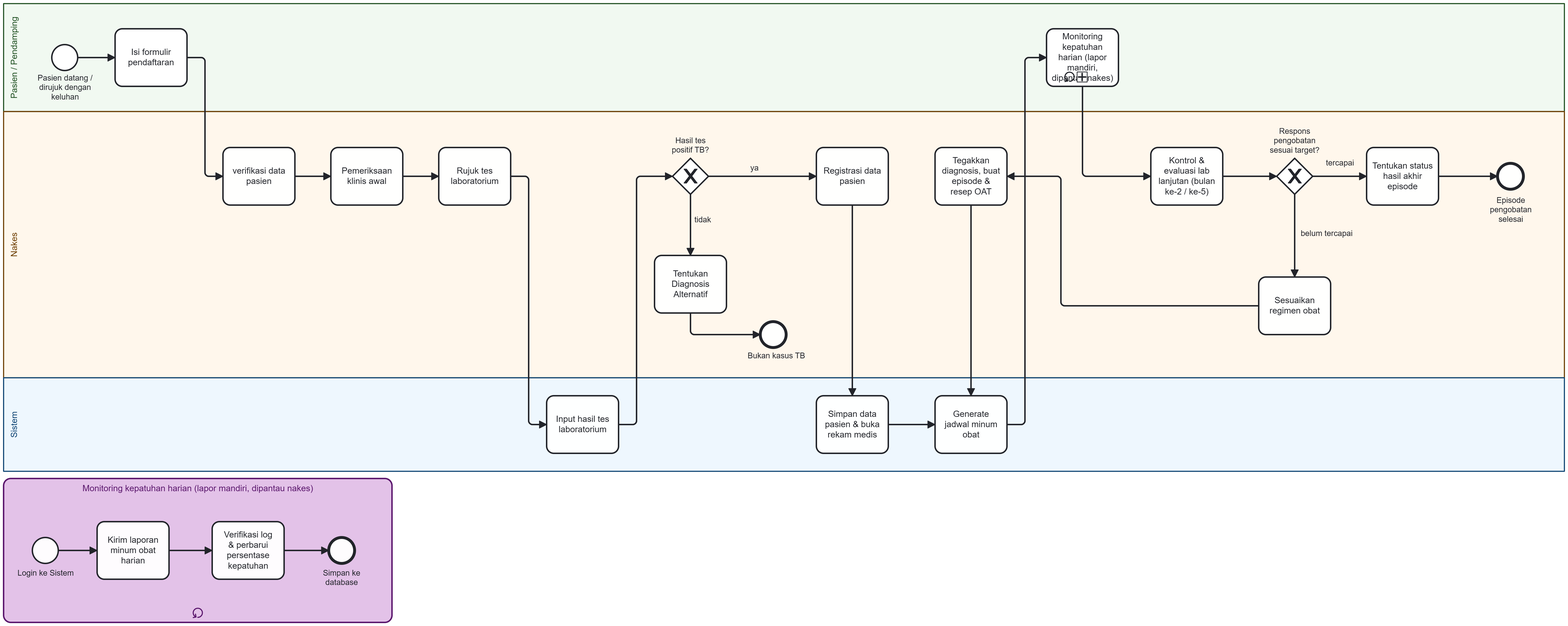
The BPMN diagram docs/proses_bisnis_tb.png in novandrawichdafarun/sistem-informasi-tuberkulosis, before a commit. Its source is kept beside it as docs/proses_bisnis_tb.bpmn. Ids are renumbered.
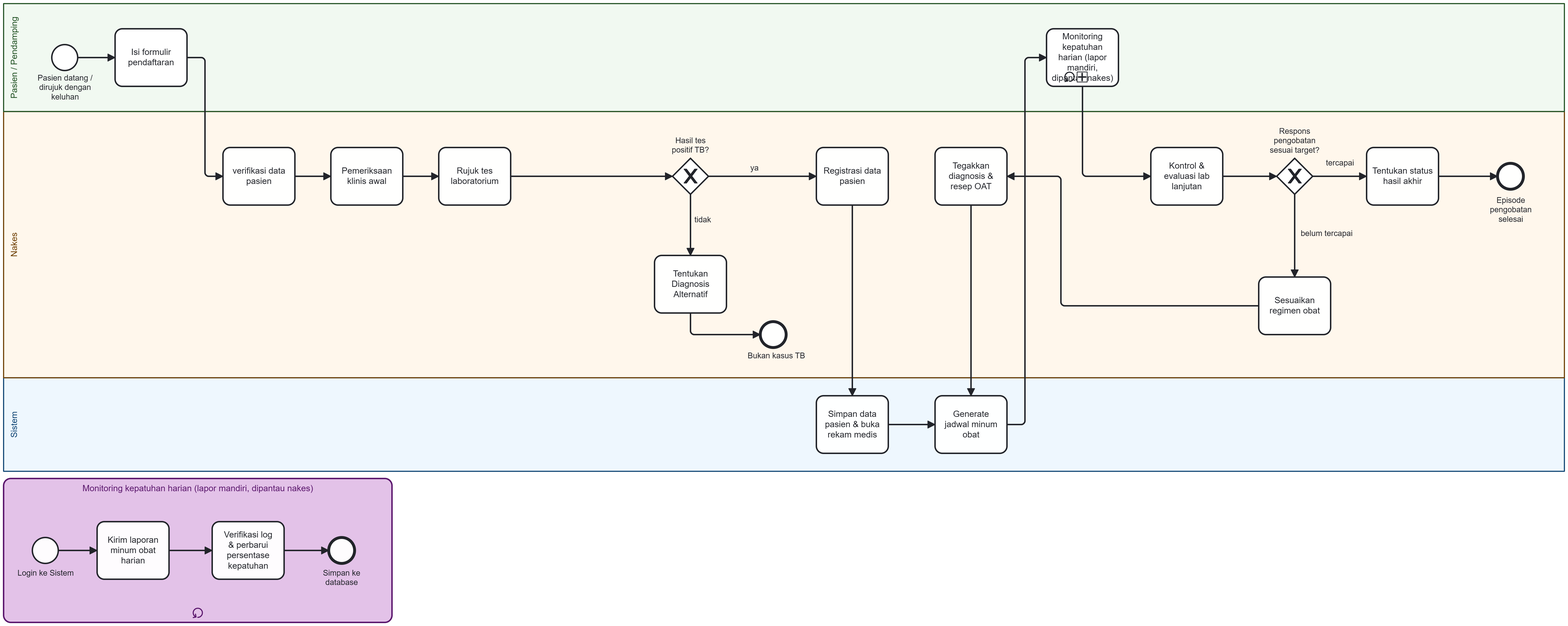
Later version of the same file.

Change to the diagram source:
```diff
@@ -1,2 +1,2 @@
-<bpmn:definitions xmlns:bpmn="http://www.omg.org/spec/BPMN/20100524/MODEL" xmlns:bpmndi="http://www.omg.org/spec/BPMN/20100524/DI" xmlns:dc="http://www.omg.org/spec/DD/20100524/DC" xmlns:di="http://www.omg.org/spec/DD/20100524/DI" xmlns:modeler="http://camunda.org/schema/modeler/1.0" xmlns:bioc="http://bpmn.io/schema/bpmn/biocolor/1.0" xmlns:color="http://www.omg.org/spec/BPMN/non-normative/color/1.0" id="Definitions_TB" targetNamespace="http://bpmn.io/schema/bpmn" exporter="Camunda Web Modeler" exporterVersion="3820f06" modeler:executionPlatform="Camunda Cloud" modeler:executionPlatformVersion="8.9.0">
+<bpmn:definitions xmlns:bpmn="http://www.omg.org/spec/BPMN/20100524/MODEL" xmlns:bpmndi="http://www.omg.org/spec/BPMN/20100524/DI" xmlns:dc="http://www.omg.org/spec/DD/20100524/DC" xmlns:di="http://www.omg.org/spec/DD/20100524/DI" xmlns:modeler="http://camunda.org/schema/modeler/1.0" xmlns:bioc="http://bpmn.io/schema/bpmn/biocolor/1.0" xmlns:color="http://www.omg.org/spec/BPMN/non-normative/color/1.0" id="Definitions_TB" targetNamespace="http://bpmn.io/schema/bpmn" exporter="Camunda Web Modeler" exporterVersion="f51c130" modeler:executionPlatform="Camunda Cloud" modeler:executionPlatformVersion="8.9.0">
   <bpmn:process id="Process_TB" name="Proses Bisnis Penanganan Pasien TB" isExecutable="false">
@@ -26,3 +26,2 @@
         <bpmn:flowNodeRef>Task_GenerateJadwal</bpmn:flowNodeRef>
-        <bpmn:flowNodeRef>Task_SimpanHasilTes</bpmn:flowNodeRef>
       </bpmn:lane>
@@ -42,3 +41,3 @@
     </bpmn:task>
-    <bpmn:task id="Task_HasilAkhir" name="Tentukan status hasil akhir episode">
+    <bpmn:task id="Task_HasilAkhir" name="Tentukan status hasil akhir">
       <bpmn:incoming>Flow_15</bpmn:incoming>
@@ -58,3 +57,3 @@
     <bpmn:sequenceFlow id="Flow_13" name="belum tercapai" sourceRef="Gateway_ResponsTarget" targetRef="Task_SesuaikanRegimen" />
-    <bpmn:task id="Task_KontrolLanjutan" name="Kontrol &#38; evaluasi lab lanjutan (bulan ke-2 / ke-5)">
+    <bpmn:task id="Task_KontrolLanjutan" name="Kontrol &#38; evaluasi lab lanjutan">
       <bpmn:incoming>Flow_11</bpmn:incoming>
@@ -72,3 +71,3 @@
     <bpmn:sequenceFlow id="Flow_n5" sourceRef="Activity_n3" targetRef="Task_GenerateJadwal" />
-    <bpmn:task id="Task_Diagnosis" name="Tegakkan diagnosis, buat episode &#38; resep OAT">
+    <bpmn:task id="Task_Diagnosis" name="Tegakkan diagnosis &#38; resep OAT">
       <bpmn:incoming>Flow_14</bpmn:incoming>
@@ -82,3 +81,3 @@
     <bpmn:exclusiveGateway id="Gateway_HasilTB" name="Hasil tes positif TB?">
-      <bpmn:incoming>Flow_6</bpmn:incoming>
+      <bpmn:incoming>Flow_5</bpmn:incoming>
       <bpmn:outgoing>Flow_8</bpmn:outgoing>
@@ -88,7 +87,2 @@
     <bpmn:sequenceFlow id="Flow_7" name="tidak" sourceRef="Gateway_HasilTB" targetRef="Activity_n1" />
-    <bpmn:task id="Task_SimpanHasilTes" name="Input hasil tes laboratorium">
-      <bpmn:incoming>Flow_5</bpmn:incoming>
-      <bpmn:outgoing>Flow_6</bpmn:outgoing>
-    </bpmn:task>
-    <bpmn:sequenceFlow id="Flow_6" sourceRef="Task_SimpanHasilTes" targetRef="Gateway_HasilTB" />
     <bpmn:task id="Task_RujukLab" name="Rujuk tes laboratorium">
@@ -97,3 +91,3 @@
     </bpmn:task>
-    <bpmn:sequenceFlow id="Flow_5" sourceRef="Task_RujukLab" targetRef="Task_SimpanHasilTes" />
+    <bpmn:sequenceFlow id="Flow_5" sourceRef="Task_RujukLab" targetRef="Gateway_HasilTB" />
     <bpmn:task id="Task_PemeriksaanKlinis" name="Pemeriksaan klinis awal">
@@ -123,2 +117,3 @@
       <bpmn:outgoing>Flow_11</bpmn:outgoing>
+      <bpmn:standardLoopCharacteristics />
       <bpmn:subProcess id="Activity_n7" name="Monitoring kepatuhan harian (lapor mandiri, dipantau nakes)">
@@ -143,2 +138,22 @@
     </bpmn:subProcess>
+    <bpmn:subProcess id="Activity_n17" name="Monitoring kepatuhan harian (lapor mandiri, dipantau nakes)">
+      <bpmn:standardLoopCharacteristics />
+      <bpmn:startEvent id="Event_n18" name="Login ke Sistem">
+        <bpmn:outgoing>Flow_n19</bpmn:outgoing>
+      </bpmn:startEvent>
+      <bpmn:task id="Activity_n20" name="Kirim laporan minum obat harian">
+        <bpmn:incoming>Flow_n19</bpmn:incoming>
+        <bpmn:outgoing>Flow_n21</bpmn:outgoing>
+      </bpmn:task>
+      <bpmn:task id="Activity_n22" name="Verifikasi log &#38; perbarui persentase kepatuhan">
+        <bpmn:incoming>Flow_n21</bpmn:incoming>
+        <bpmn:outgoing>Flow_n23</bpmn:outgoing>
+      </bpmn:task>
+      <bpmn:endEvent id="Event_n24" name="Simpan ke database">
+        <bpmn:incoming>Flow_n23</bpmn:incoming>
+      </bpmn:endEvent>
+      <bpmn:sequenceFlow id="Flow_n19" sourceRef="Event_n18" targetRef="Activity_n20" />
+      <bpmn:sequenceFlow id="Flow_n21" sourceRef="Activity_n20" targetRef="Activity_n22" />
+      <bpmn:sequenceFlow id="Flow_n23" sourceRef="Activity_n22" targetRef="Event_n24" />
+    </bpmn:subProcess>
   </bpmn:process>
@@ -146,4 +161,4 @@
     <bpmndi:BPMNPlane id="BPMNPlane_1" bpmnElement="Process_TB">
-      <bpmndi:BPMNShape id="Lane_Pasien_di" bpmnElement="Lane_Pasien" isHorizontal="true" bioc:stroke="#205022" bioc:fill="#c8e6c9" color:background-color="#c8e6c9" color:border-color="#205022">
-        <dc:Bounds x="160" y="80" width="2170" height="150" />
+      <bpmndi:BPMNShape id="Lane_Sistem_di" bpmnElement="Lane_Sistem" isHorizontal="true" bioc:stroke="#0d4372" bioc:fill="#bbdefb" color:background-color="#bbdefb" color:border-color="#0d4372">
+        <dc:Bounds x="160" y="600" width="2170" height="130" />
         <bpmndi:BPMNLabel />
@@ -153,5 +168,66 @@
       </bpmndi:BPMNShape>
-      <bpmndi:BPMNShape id="Lane_Sistem_di" bpmnElement="Lane_Sistem" isHorizontal="true" bioc:stroke="#0d4372" bioc:fill="#bbdefb" color:background-color="#bbdefb" color:border-color="#0d4372">
-        <dc:Bounds x="160" y="600" width="2170" height="130" />
+      <bpmndi:BPMNShape id="Lane_Pasien_di" bpmnElement="Lane_Pasien" isHorizontal="true" bioc:stroke="#205022" bioc:fill="#c8e6c9" color:background-color="#c8e6c9" color:border-color="#205022">
+        <dc:Bounds x="160" y="80" width="2170" height="150" />
         <bpmndi:BPMNLabel />
+      </bpmndi:BPMNShape>
+      <bpmndi:BPMNShape id="Activity_n3_di" bpmnElement="Activity_n3">
+        <dc:Bounds x="1290" y="625" width="100" height="80" />
+        <bpmndi:BPMNLabel />
+      </bpmndi:BPMNShape>
+      <bpmndi:BPMNShape id="Activity_n2_di" bpmnElement="Activity_n2">
+        <dc:Bounds x="1290" y="280" width="100" height="80" />
+        <bpmndi:BPMNLabel />
+      </bpmndi:BPMNShape>
+      <bpmndi:BPMNShape id="Activity_n1_di" bpmnElement="Activity_n1">
+        <dc:Bounds x="1065" y="430" width="100" height="80" />
+        <bpmndi:BPMNLabel />
+      </bpmndi:BPMNShape>
+      <bpmndi:BPMNShape id="Task_HasilAkhir_di" bpmnElement="Task_HasilAkhir">
+        <dc:Bounds x="2055" y="280" width="100" height="80" />
+        <bpmndi:BPMNLabel />
+      </bpmndi:BPMNShape>
+      <bpmndi:BPMNShape id="Task_SesuaikanRegimen_di" bpmnElement="Task_SesuaikanRegimen">
+        <dc:Bounds x="1905" y="460" width="100" height="80" />
+      </bpmndi:BPMNShape>
+      <bpmndi:BPMNShape id="Gateway_ResponsTarget_di" bpmnElement="Gateway_ResponsTarget" isMarkerVisible="true">
+        <dc:Bounds x="1930" y="295" width="50" height="50" />
+        <bpmndi:BPMNLabel>
+          <dc:Bounds x="1920" y="251" width="70" height="40" />
+        </bpmndi:BPMNLabel>
+      </bpmndi:BPMNShape>
+      <bpmndi:BPMNShape id="Task_KontrolLanjutan_di" bpmnElement="Task_KontrolLanjutan">
+        <dc:Bounds x="1755" y="280" width="100" height="80" />
+        <bpmndi:BPMNLabel />
+      </bpmndi:BPMNShape>
+      <bpmndi:BPMNShape id="Task_GenerateJadwal_di" bpmnElement="Task_GenerateJadwal">
+        <dc:Bounds x="1455" y="625" width="100" height="80" />
+      </bpmndi:BPMNShape>
+      <bpmndi:BPMNShape id="Task_Diagnosis_di" bpmnElement="Task_Diagnosis">
+        <dc:Bounds x="1455" y="280" width="100" height="80" />
+        <bpmndi:BPMNLabel />
+      </bpmndi:BPMNShape>
+      <bpmndi:BPMNShape id="EndEvent_BukanTB_di" bpmnElement="EndEvent_BukanTB">
+        <dc:Bounds x="1212" y="522" width="36" height="36" />
+        <bpmndi:BPMNLabel>
+          <dc:Bounds x="1194" y="563" width="81" height="14" />
+        </bpmndi:BPMNLabel>
+      </bpmndi:BPMNShape>
+      <bpmndi:BPMNShape id="Gateway_HasilTB_di" bpmnElement="Gateway_HasilTB" isMarkerVisible="true">
+        <dc:Bounds x="1090" y="295" width="50" height="50" />
+        <bpmndi:BPMNLabel>
+          <dc:Bounds x="1078" y="264" width="74" height="27" />
+        </bpmndi:BPMNLabel>
+      </bpmndi:BPMNShape>
+      <bpmndi:BPMNShape id="Task_RujukLab_di" bpmnElement="Task_RujukLab">
+        <dc:Bounds x="765" y="280" width="100" height="80" />
+      </bpmndi:BPMNShape>
+      <bpmndi:BPMNShape id="Task_PemeriksaanKlinis_di" bpmnElement="Task_PemeriksaanKlinis">
+        <dc:Bounds x="615" y="280" width="100" height="80" />
+      </bpmndi:BPMNShape>
+      <bpmndi:BPMNShape id="Task_Registrasi_di" bpmnElement="Task_Registrasi">
+        <dc:Bounds x="465" y="280" width="100" height="80" />
+        <bpmndi:BPMNLabel />
+      </bpmndi:BPMNShape>
+      <bpmndi:BPMNShape id="Task_Daftar_di" bpmnElement="Task_Daftar">
+        <dc:Bounds x="315" y="115" width="100" height="80" />
       </bpmndi:BPMNShape>
@@ -163,20 +239,2 @@
       </bpmndi:BPMNShape>
-      <bpmndi:BPMNShape id="Task_Diagnosis_di" bpmnElement="Task_Diagnosis">
-        <dc:Bounds x="1455" y="280" width="100" height="80" />
-      </bpmndi:BPMNShape>
-      <bpmndi:BPMNShape id="Task_KontrolLanjutan_di" bpmnElement="Task_KontrolLanjutan">
-        <dc:Bounds x="1755" y="280" width="100" height="80" />
-      </bpmndi:BPMNShape>
-      <bpmndi:BPMNShape id="Gateway_ResponsTarget_di" bpmnElement="Gateway_ResponsTarget" isMarkerVisible="true">
-        <dc:Bounds x="1930" y="295" width="50" height="50" />
-        <bpmndi:BPMNLabel>
-          <dc:Bounds x="1920" y="251" width="70" height="40" />
-        </bpmndi:BPMNLabel>
-      </bpmndi:BPMNShape>
-      <bpmndi:BPMNShape id="Task_SesuaikanRegimen_di" bpmnElement="Task_SesuaikanRegimen">
-        <dc:Bounds x="1905" y="460" width="100" height="80" />
-      </bpmndi:BPMNShape>
-      <bpmndi:BPMNShape id="Task_HasilAkhir_di" bpmnElement="Task_HasilAkhir">
-        <dc:Bounds x="2055" y="280" width="100" height="80" />
-      </bpmndi:BPMNShape>
       <bpmndi:BPMNShape id="EndEvent_Selesai_di" bpmnElement="EndEvent_Selesai">
@@ -187,45 +245,2 @@
       </bpmndi:BPMNShape>
-      <bpmndi:BPMNShape id="Activity_n2_di" bpmnElement="Activity_n2">
-        <dc:Bounds x="1290" y="280" width="100" height="80" />
-        <bpmndi:BPMNLabel />
-      </bpmndi:BPMNShape>
-      <bpmndi:BPMNShape id="Task_Daftar_di" bpmnElement="Task_Daftar">
-        <dc:Bounds x="315" y="115" width="100" height="80" />
-      </bpmndi:BPMNShape>
-      <bpmndi:BPMNShape id="Task_Registrasi_di" bpmnElement="Task_Registrasi">
-        <dc:Bounds x="465" y="280" width="100" height="80" />
-        <bpmndi:BPMNLabel />
-      </bpmndi:BPMNShape>
-      <bpmndi:BPMNShape id="Task_PemeriksaanKlinis_di" bpmnElement="Task_PemeriksaanKlinis">
-        <dc:Bounds x="615" y="280" width="100" height="80" />
-      </bpmndi:BPMNShape>
-      <bpmndi:BPMNShape id="Task_RujukLab_di" bpmnElement="Task_RujukLab">
-        <dc:Bounds x="765" y="280" width="100" height="80" />
-      </bpmndi:BPMNShape>
-      <bpmndi:BPMNShape id="Gateway_HasilTB_di" bpmnElement="Gateway_HasilTB" isMarkerVisible="true">
-        <dc:Bounds x="1090" y="295" width="50" height="50" />
-        <bpmndi:BPMNLabel>
-          <dc:Bounds x="1078" y="264" width="74" height="27" />
-        </bpmndi:BPMNLabel>
-      </bpmndi:BPMNShape>
-      <bpmndi:BPMNShape id="EndEvent_BukanTB_di" bpmnElement="EndEvent_BukanTB">
-        <dc:Bounds x="1212" y="522" width="36" height="36" />
-        <bpmndi:BPMNLabel>
-          <dc:Bounds x="1194" y="563" width="81" height="14" />
-        </bpmndi:BPMNLabel>
-      </bpmndi:BPMNShape>
-      <bpmndi:BPMNShape id="Activity_n1_di" bpmnElement="Activity_n1">
-        <dc:Bounds x="1065" y="430" width="100" height="80" />
-        <bpmndi:BPMNLabel />
-      </bpmndi:BPMNShape>
-      <bpmndi:BPMNShape id="Activity_n3_di" bpmnElement="Activity_n3">
-        <dc:Bounds x="1290" y="625" width="100" height="80" />
-        <bpmndi:BPMNLabel />
-      </bpmndi:BPMNShape>
-      <bpmndi:BPMNShape id="Task_GenerateJadwal_di" bpmnElement="Task_GenerateJadwal">
-        <dc:Bounds x="1455" y="625" width="100" height="80" />
-      </bpmndi:BPMNShape>
-      <bpmndi:BPMNShape id="Task_SimpanHasilTes_di" bpmnElement="Task_SimpanHasilTes">
-        <dc:Bounds x="915" y="625" width="100" height="80" />
-      </bpmndi:BPMNShape>
       <bpmndi:BPMNShape id="Activity_1d66exs_di" bpmnElement="SubProcess_Monitoring">
@@ -234,5 +249,93 @@
       </bpmndi:BPMNShape>
-      <bpmndi:BPMNEdge id="Flow_1_di" bpmnElement="Flow_1">
-        <di:waypoint x="263" y="155" />
-        <di:waypoint x="315" y="155" />
+      <bpmndi:BPMNShape id="BPMNShape_n25" bpmnElement="Activity_n17" isExpanded="true" bioc:stroke="#5b176d" bioc:fill="#e1bee7" color:background-color="#e1bee7" color:border-color="#5b176d">
+        <dc:Bounds x="160" y="740" width="540" height="200" />
+        <bpmndi:BPMNLabel />
+      </bpmndi:BPMNShape>
+      <bpmndi:BPMNShape id="BPMNShape_n26" bpmnElement="Event_n18">
+        <dc:Bounds x="200" y="822" width="36" height="36" />
+        <bpmndi:BPMNLabel>
+          <dc:Bounds x="179" y="865" width="79" height="14" />
+        </bpmndi:BPMNLabel>
+      </bpmndi:BPMNShape>
+      <bpmndi:BPMNShape id="BPMNShape_n27" bpmnElement="Activity_n20">
+        <dc:Bounds x="290" y="800" width="100" height="80" />
+        <bpmndi:BPMNLabel />
+      </bpmndi:BPMNShape>
+      <bpmndi:BPMNShape id="BPMNShape_n28" bpmnElement="Activity_n22">
+        <dc:Bounds x="450" y="800" width="100" height="80" />
+        <bpmndi:BPMNLabel />
+      </bpmndi:BPMNShape>
+      <bpmndi:BPMNShape id="BPMNShape_n29" bpmnElement="Event_n24">
+        <dc:Bounds x="612" y="822" width="36" height="36" />
+        <bpmndi:BPMNLabel>
+          <dc:Bounds x="604" y="865" width="52" height="27" />
+        </bpmndi:BPMNLabel>
+      </bpmndi:BPMNShape>
+      <bpmndi:BPMNEdge id="BPMNEdge_n30" bpmnElement="Flow_n19">
+        <di:waypoint x="236" y="840" />
+        <di:waypoint x="290" y="840" />
+      </bpmndi:BPMNEdge>
+      <bpmndi:BPMNEdge id="BPMNEdge_n31" bpmnElement="Flow_n21">
+        <di:waypoint x="390" y="840" />
+        <di:waypoint x="450" y="840" />
+      </bpmndi:BPMNEdge>
+      <bpmndi:BPMNEdge id="BPMNEdge_n32" bpmnElement="Flow_n23">
+        <di:waypoint x="550" y="840" />
+        <di:waypoint x="612" y="840" />
+      </bpmndi:BPMNEdge>
+      <bpmndi:BPMNEdge id="Flow_n4_di" bpmnElement="Flow_n4">
+        <di:waypoint x="1340" y="360" />
+        <di:waypoint x="1340" y="625" />
+      </bpmndi:BPMNEdge>
+      <bpmndi:BPMNEdge id="Flow_16_di" bpmnElement="Flow_16">
+        <di:waypoint x="2155" y="320" />
+        <di:waypoint x="2237" y="320" />
+      </bpmndi:BPMNEdge>
+      <bpmndi:BPMNEdge id="Flow_15_di" bpmnElement="Flow_15">
+        <di:waypoint x="1980" y="320" />
+        <di:waypoint x="2055" y="320" />
+        <bpmndi:BPMNLabel>
+          <dc:Bounds x="1998" y="295" width="40" height="14" />
+        </bpmndi:BPMNLabel>
+      </bpmndi:BPMNEdge>
+      <bpmndi:BPMNEdge id="Flow_13_di" bpmnElement="Flow_13">
+        <di:waypoint x="1955" y="345" />
+        <di:waypoint x="1955" y="460" />
+        <bpmndi:BPMNLabel>
+          <dc:Bounds x="1963" y="393" width="73" height="14" />
+        </bpmndi:BPMNLabel>
+      </bpmndi:BPMNEdge>
+      <bpmndi:BPMNEdge id="Flow_12_di" bpmnElement="Flow_12">
+        <di:waypoint x="1855" y="320" />
+        <di:waypoint x="1930" y="320" />
+      </bpmndi:BPMNEdge>
+      <bpmndi:BPMNEdge id="Flow_11_di" bpmnElement="Flow_11">
+        <di:waypoint x="1660" y="195" />
+        <di:waypoint x="1660" y="320" />
+        <di:waypoint x="1755" y="320" />
+      </bpmndi:BPMNEdge>
+      <bpmndi:BPMNEdge id="Flow_10_di" bpmnElement="Flow_10">
+        <di:waypoint x="1555" y="665" />
+        <di:waypoint x="1580" y="665" />
+        <di:waypoint x="1580" y="155" />
+        <di:waypoint x="1610" y="155" />
+      </bpmndi:BPMNEdge>
+      <bpmndi:BPMNEdge id="Flow_14_di" bpmnElement="Flow_14">
+        <di:waypoint x="1905" y="500" />
+        <di:waypoint x="1630" y="500" />
+        <di:waypoint x="1630" y="320" />
+        <di:waypoint x="1555" y="320" />
+      </bpmndi:BPMNEdge>
+      <bpmndi:BPMNEdge id="Flow_n5_di" bpmnElement="Flow_n5">
+        <di:waypoint x="1390" y="665" />
+        <di:waypoint x="1455" y="665" />
+      </bpmndi:BPMNEdge>
+      <bpmndi:BPMNEdge id="Flow_9_di" bpmnElement="Flow_9">
+        <di:waypoint x="1505" y="360" />
+        <di:waypoint x="1505" y="625" />
+      </bpmndi:BPMNEdge>
+      <bpmndi:BPMNEdge id="Flow_n6_di" bpmnElement="Flow_n6">
+        <di:waypoint x="1115" y="510" />
+        <di:waypoint x="1115" y="540" />
+        <di:waypoint x="1212" y="540" />
       </bpmndi:BPMNEdge>
@@ -245,44 +348,20 @@
       </bpmndi:BPMNEdge>
-      <bpmndi:BPMNEdge id="Flow_14_di" bpmnElement="Flow_14">
-        <di:waypoint x="1905" y="500" />
-        <di:waypoint x="1630" y="500" />
-        <di:waypoint x="1630" y="320" />
-        <di:waypoint x="1555" y="320" />
-      </bpmndi:BPMNEdge>
-      <bpmndi:BPMNEdge id="Flow_9_di" bpmnElement="Flow_9">
-        <di:waypoint x="1505" y="360" />
-        <di:waypoint x="1505" y="625" />
-      </bpmndi:BPMNEdge>
-      <bpmndi:BPMNEdge id="Flow_10_di" bpmnElement="Flow_10">
-        <di:waypoint x="1555" y="665" />
-        <di:waypoint x="1580" y="665" />
-        <di:waypoint x="1580" y="155" />
-        <di:waypoint x="1610" y="155" />
-      </bpmndi:BPMNEdge>
-      <bpmndi:BPMNEdge id="Flow_11_di" bpmnElement="Flow_11">
-        <di:waypoint x="1660" y="195" />
-        <di:waypoint x="1660" y="320" />
-        <di:waypoint x="1755" y="320" />
-      </bpmndi:BPMNEdge>
-      <bpmndi:BPMNEdge id="Flow_12_di" bpmnElement="Flow_12">
-        <di:waypoint x="1855" y="320" />
-        <di:waypoint x="1930" y="320" />
-      </bpmndi:BPMNEdge>
-      <bpmndi:BPMNEdge id="Flow_13_di" bpmnElement="Flow_13">
-        <di:waypoint x="1955" y="345" />
-        <di:waypoint x="1955" y="460" />
+      <bpmndi:BPMNEdge id="Flow_7_di" bpmnElement="Flow_7">
+        <di:waypoint x="1115" y="345" />
+        <di:waypoint x="1115" y="430" />
         <bpmndi:BPMNLabel>
-          <dc:Bounds x="1963" y="393" width="73" height="14" />
+          <dc:Bounds x="1120" y="374" width="24" height="14" />
         </bpmndi:BPMNLabel>
       </bpmndi:BPMNEdge>
-      <bpmndi:BPMNEdge id="Flow_15_di" bpmnElement="Flow_15">
-        <di:waypoint x="1980" y="320" />
-        <di:waypoint x="2055" y="320" />
-        <bpmndi:BPMNLabel>
-          <dc:Bounds x="1998" y="295" width="40" height="14" />
-        </bpmndi:BPMNLabel>
+      <bpmndi:BPMNEdge id="Flow_5_di" bpmnElement="Flow_5">
+        <di:waypoint x="865" y="320" />
+        <di:waypoint x="1090" y="320" />
       </bpmndi:BPMNEdge>
-      <bpmndi:BPMNEdge id="Flow_16_di" bpmnElement="Flow_16">
-        <di:waypoint x="2155" y="320" />
-        <di:waypoint x="2237" y="320" />
+      <bpmndi:BPMNEdge id="Flow_4_di" bpmnElement="Flow_4">
+        <di:waypoint x="715" y="320" />
+        <di:waypoint x="765" y="320" />
+      </bpmndi:BPMNEdge>
+      <bpmndi:BPMNEdge id="Flow_3_di" bpmnElement="Flow_3">
+        <di:waypoint x="565" y="320" />
+        <di:waypoint x="615" y="320" />
       </bpmndi:BPMNEdge>
@@ -294,41 +373,5 @@
       </bpmndi:BPMNEdge>
-      <bpmndi:BPMNEdge id="Flow_3_di" bpmnElement="Flow_3">
-        <di:waypoint x="565" y="320" />
-        <di:waypoint x="615" y="320" />
-      </bpmndi:BPMNEdge>
-      <bpmndi:BPMNEdge id="Flow_4_di" bpmnElement="Flow_4">
-        <di:waypoint x="715" y="320" />
-        <di:waypoint x="765" y="320" />
-      </bpmndi:BPMNEdge>
-      <bpmndi:BPMNEdge id="Flow_5_di" bpmnElement="Flow_5">
-        <di:waypoint x="865" y="320" />
-        <di:waypoint x="890" y="320" />
-        <di:waypoint x="890" y="665" />
-        <di:waypoint x="915" y="665" />
-      </bpmndi:BPMNEdge>
-      <bpmndi:BPMNEdge id="Flow_6_di" bpmnElement="Flow_6">
-        <di:waypoint x="1015" y="665" />
-        <di:waypoint x="1040" y="665" />
-        <di:waypoint x="1040" y="320" />
-        <di:waypoint x="1090" y="320" />
-      </bpmndi:BPMNEdge>
-      <bpmndi:BPMNEdge id="Flow_7_di" bpmnElement="Flow_7">
-        <di:waypoint x="1115" y="345" />
-        <di:waypoint x="1115" y="430" />
-        <bpmndi:BPMNLabel>
-          <dc:Bounds x="1120" y="374" width="24" height="14" />
-        </bpmndi:BPMNLabel>
-      </bpmndi:BPMNEdge>
-      <bpmndi:BPMNEdge id="Flow_n6_di" bpmnElement="Flow_n6">
-        <di:waypoint x="1115" y="510" />
-        <di:waypoint x="1115" y="540" />
-        <di:waypoint x="1212" y="540" />
-      </bpmndi:BPMNEdge>
-      <bpmndi:BPMNEdge id="Flow_n4_di" bpmnElement="Flow_n4">
-        <di:waypoint x="1340" y="360" />
-        <di:waypoint x="1340" y="625" />
-      </bpmndi:BPMNEdge>
-      <bpmndi:BPMNEdge id="Flow_n5_di" bpmnElement="Flow_n5">
-        <di:waypoint x="1390" y="665" />
-        <di:waypoint x="1455" y="665" />
+      <bpmndi:BPMNEdge id="Flow_1_di" bpmnElement="Flow_1">
+        <di:waypoint x="263" y="155" />
+        <di:waypoint x="315" y="155" />
       </bpmndi:BPMNEdge>
```
